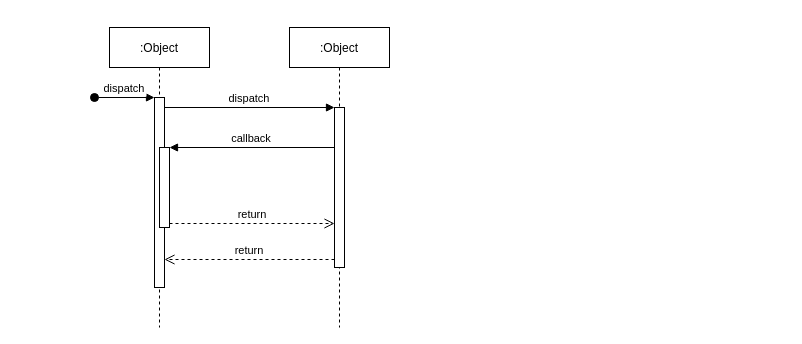
Earlier version of the draw.io diagram SequnceDiagram.drawio (Yash7200/CP-1). Source tidied: cells renumbered, new cells numbered last; positions are measured from the earlier drawing's top-left corner, leaving out a move shared by most shapes. Both pictures are drawn from the tidied source at 100%, with x=0, y=0 at pixel (94, 27).
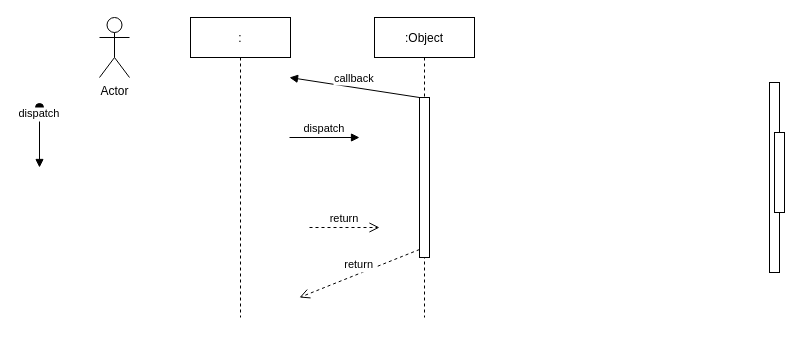
The same page after the edit.

What changed in the source:
```diff
@@
 <mxGraphModel>
   <root>
     <mxCell id="0" />
     <mxCell id="1" parent="0" />
-    <mxCell id="2" value=":Object" style="shape=umlLifeline;perimeter=lifelinePerimeter;rounded=0;shadow=0;strokeWidth=1;" parent="1" vertex="1">
-      <mxGeometry x="15" width="100" height="300" as="geometry" />
+    <mxCell id="2" value=":" style="shape=umlLifeline;perimeter=lifelinePerimeter;rounded=0;shadow=0;strokeWidth=1;" parent="1" vertex="1">
+      <mxGeometry x="96" y="-10" width="100" height="300" as="geometry" />
     </mxCell>
-    <mxCell id="3" style="points=[];perimeter=orthogonalPerimeter;rounded=0;shadow=0;strokeWidth=1;" parent="2" vertex="1">
-      <mxGeometry x="45" y="70" width="10" height="190" as="geometry" />
-    </mxCell>
-    <mxCell id="4" value="dispatch" style="verticalAlign=bottom;startArrow=oval;endArrow=block;startSize=8;shadow=0;strokeWidth=1;" parent="2" edge="1" target="3">
-      <mxGeometry relative="1" as="geometry">
-        <mxPoint x="-15" y="70" as="sourcePoint" />
-      </mxGeometry>
-    </mxCell>
-    <mxCell id="5" style="points=[];perimeter=orthogonalPerimeter;rounded=0;shadow=0;strokeWidth=1;" parent="2" vertex="1">
-      <mxGeometry x="50" y="120" width="10" height="80" as="geometry" />
-    </mxCell>
     <mxCell id="6" value=":Object" style="shape=umlLifeline;perimeter=lifelinePerimeter;rounded=0;shadow=0;strokeWidth=1;" parent="1" vertex="1">
-      <mxGeometry x="195" width="100" height="300" as="geometry" />
+      <mxGeometry x="280" y="-10" width="100" height="300" as="geometry" />
     </mxCell>
     <mxCell id="7" style="points=[];perimeter=orthogonalPerimeter;rounded=0;shadow=0;strokeWidth=1;" parent="6" vertex="1">
       <mxGeometry x="45" y="80" width="10" height="160" as="geometry" />
     </mxCell>
-    <mxCell id="8" value="return" style="verticalAlign=bottom;endArrow=open;dashed=1;endSize=8;exitX=0;exitY=0.95;shadow=0;strokeWidth=1;" parent="1" edge="1" source="7" target="3">
-      <mxGeometry relative="1" as="geometry" />
+    <mxCell id="8" value="return" style="verticalAlign=bottom;endArrow=open;dashed=1;endSize=8;exitX=0;exitY=0.95;shadow=0;strokeWidth=1;" parent="1" edge="1" source="7">
+      <mxGeometry relative="1" as="geometry">
+        <mxPoint x="205" y="270" as="targetPoint" />
+      </mxGeometry>
     </mxCell>
-    <mxCell id="9" value="dispatch" style="verticalAlign=bottom;endArrow=block;entryX=0;entryY=0;shadow=0;strokeWidth=1;" parent="1" edge="1" source="3" target="7">
-      <mxGeometry relative="1" as="geometry" />
+    <mxCell id="9" value="dispatch" style="verticalAlign=bottom;endArrow=block;shadow=0;strokeWidth=1;" parent="1" edge="1">
+      <mxGeometry relative="1" as="geometry">
+        <mxPoint x="195" y="110" as="sourcePoint" />
+        <mxPoint x="265" y="110" as="targetPoint" />
+      </mxGeometry>
     </mxCell>
-    <mxCell id="10" value="callback" style="verticalAlign=bottom;endArrow=block;entryX=1;entryY=0;shadow=0;strokeWidth=1;" parent="1" edge="1" source="7" target="5">
-      <mxGeometry relative="1" as="geometry" />
+    <mxCell id="10" value="callback" style="verticalAlign=bottom;endArrow=block;shadow=0;strokeWidth=1;" parent="1" edge="1" source="7">
+      <mxGeometry relative="1" as="geometry">
+        <mxPoint x="195" y="50" as="targetPoint" />
+      </mxGeometry>
     </mxCell>
-    <mxCell id="11" value="return" style="verticalAlign=bottom;endArrow=open;dashed=1;endSize=8;exitX=1;exitY=0.95;shadow=0;strokeWidth=1;" parent="1" edge="1" source="5" target="7">
-      <mxGeometry relative="1" as="geometry" />
+    <mxCell id="11" value="return" style="verticalAlign=bottom;endArrow=open;dashed=1;endSize=8;shadow=0;strokeWidth=1;" parent="1" edge="1">
+      <mxGeometry relative="1" as="geometry">
+        <mxPoint x="215" y="200" as="sourcePoint" />
+        <mxPoint x="285" y="200" as="targetPoint" />
+      </mxGeometry>
     </mxCell>
+    <mxCell id="4" value="dispatch" style="verticalAlign=bottom;startArrow=oval;endArrow=block;startSize=8;shadow=0;strokeWidth=1;" parent="1" edge="1">
+      <mxGeometry x="-0.5" relative="1" as="geometry">
+        <mxPoint x="-55" y="80" as="sourcePoint" />
+        <mxPoint x="-55" y="140" as="targetPoint" />
+      </mxGeometry>
+    </mxCell>
+    <mxCell id="12" value="Actor" style="shape=umlActor;verticalLabelPosition=bottom;verticalAlign=top;html=1;" parent="1" vertex="1">
+      <mxGeometry x="5" y="-10" width="30" height="60" as="geometry" />
+    </mxCell>
+    <mxCell id="3" style="points=[];perimeter=orthogonalPerimeter;rounded=0;shadow=0;strokeWidth=1;" parent="1" vertex="1">
+      <mxGeometry x="675" y="55" width="10" height="190" as="geometry" />
+    </mxCell>
+    <mxCell id="5" style="points=[];perimeter=orthogonalPerimeter;rounded=0;shadow=0;strokeWidth=1;" parent="1" vertex="1">
+      <mxGeometry x="680" y="105" width="10" height="80" as="geometry" />
+    </mxCell>
   </root>
 </mxGraphModel>
```
